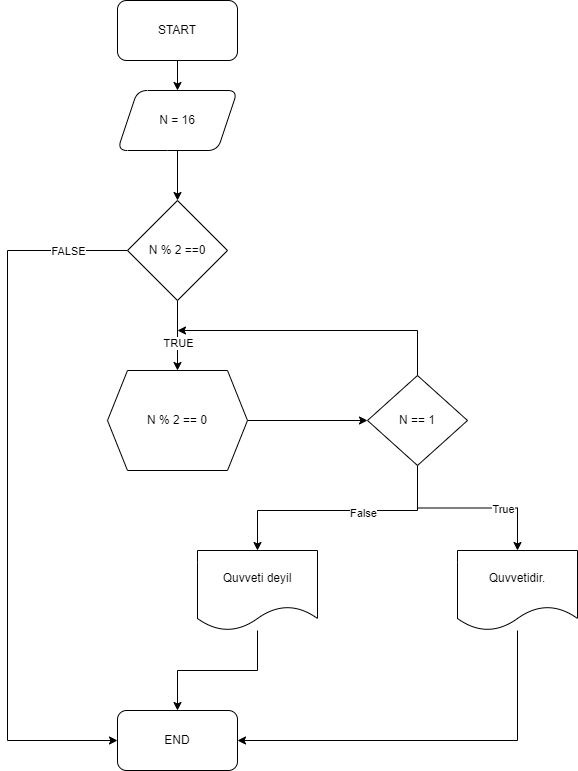
Before: task3.png, a diagram exported from draw.io (Kamran-Zeynalov/Algoritm). Source tidied: cells renumbered, new cells last; positions are measured from the earlier drawing's top-left corner, leaving out a move shared by most shapes.
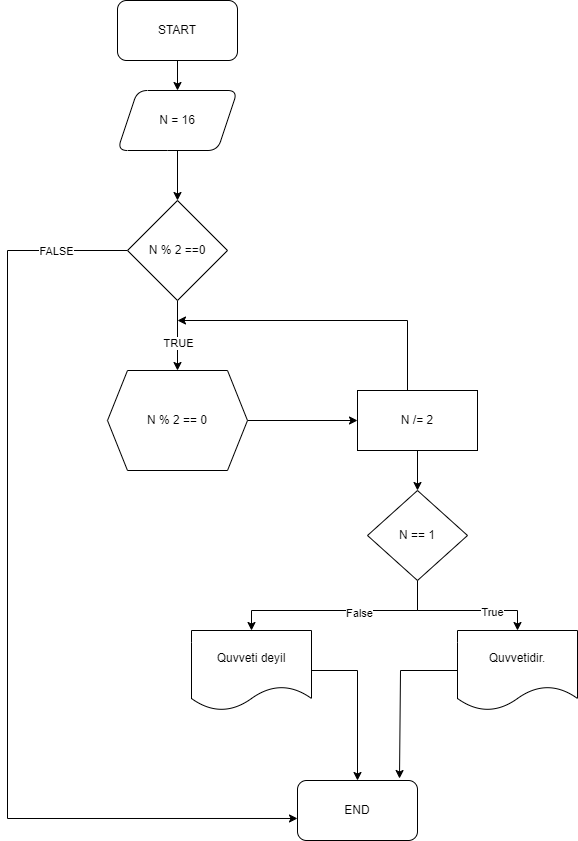
Later version of the same file.

Commit message:
algoritmada deyisiklik etdim

The edit, as a diff of the source:
```diff
@@ -20,11 +20,11 @@
     <mxCell id="7" value="TRUE" style="edgeLabel;html=1;align=center;verticalAlign=middle;" parent="6" vertex="1">
       <mxGeometry x="0.2" relative="1" as="geometry" />
     </mxCell>
-    <mxCell id="8" style="edgeStyle=orthogonalEdgeStyle;rounded=0;jettySize=auto;html=1;entryX=0;entryY=0.5;entryDx=0;entryDy=0;" parent="1" edge="1" source="10" target="23">
+    <mxCell id="8" style="edgeStyle=orthogonalEdgeStyle;rounded=0;jettySize=auto;html=1;entryX=0;entryY=0.633;entryDx=0;entryDy=0;entryPerimeter=0;" parent="1" edge="1" source="10" target="23">
       <mxGeometry relative="1" as="geometry">
         <Array as="points">
           <mxPoint y="250" />
-          <mxPoint y="740" />
+          <mxPoint y="818" />
         </Array>
       </mxGeometry>
     </mxCell>
@@ -36,22 +36,19 @@
     <mxCell id="10" value="N % 2 ==0" style="rhombus;whiteSpace=wrap;html=1;" parent="1" vertex="1">
       <mxGeometry x="120" y="200" width="100" height="100" as="geometry" />
     </mxCell>
-    <mxCell id="11" style="edgeStyle=orthogonalEdgeStyle;rounded=0;jettySize=auto;html=1;" parent="1" edge="1" source="12" target="18">
-      <mxGeometry relative="1" as="geometry" />
-    </mxCell>
+    <mxCell id="24" style="edgeStyle=orthogonalEdgeStyle;rounded=0;jettySize=auto;html=1;" parent="1" edge="1" source="12" target="27">
+      <mxGeometry relative="1" as="geometry" />
+    </mxCell>
     <mxCell id="12" value="N % 2 == 0" style="shape=hexagon;perimeter=hexagonPerimeter2;whiteSpace=wrap;html=1;fixedSize=1;" parent="1" vertex="1">
       <mxGeometry x="100" y="370" width="140" height="100" as="geometry" />
     </mxCell>
-    <mxCell id="13" style="edgeStyle=orthogonalEdgeStyle;rounded=0;jettySize=auto;html=1;" parent="1" edge="1" source="18">
-      <mxGeometry relative="1" as="geometry">
-        <mxPoint x="170" y="330" as="targetPoint" />
-        <Array as="points">
-          <mxPoint x="410" y="330" />
-        </Array>
-      </mxGeometry>
-    </mxCell>
     <mxCell id="14" style="edgeStyle=orthogonalEdgeStyle;rounded=0;jettySize=auto;html=1;" parent="1" edge="1" source="18" target="20">
-      <mxGeometry relative="1" as="geometry" />
+      <mxGeometry relative="1" as="geometry">
+        <Array as="points">
+          <mxPoint x="410" y="610" />
+          <mxPoint x="510" y="610" />
+        </Array>
+      </mxGeometry>
     </mxCell>
     <mxCell id="15" value="True" style="edgeLabel;html=1;align=center;verticalAlign=middle;" parent="14" vertex="1">
       <mxGeometry x="0.39" y="-1" relative="1" as="geometry" />
@@ -59,8 +56,8 @@
     <mxCell id="16" style="edgeStyle=orthogonalEdgeStyle;rounded=0;jettySize=auto;html=1;entryX=0.5;entryY=0;entryDx=0;entryDy=0;" parent="1" edge="1" source="18" target="22">
       <mxGeometry relative="1" as="geometry">
         <Array as="points">
-          <mxPoint x="410" y="510" />
-          <mxPoint x="250" y="510" />
+          <mxPoint x="410" y="610" />
+          <mxPoint x="244" y="610" />
         </Array>
       </mxGeometry>
     </mxCell>
@@ -68,26 +65,40 @@
       <mxGeometry x="-0.18" y="2" relative="1" as="geometry" />
     </mxCell>
     <mxCell id="18" value="N == 1" style="rhombus;whiteSpace=wrap;html=1;" parent="1" vertex="1">
-      <mxGeometry x="360" y="375" width="100" height="90" as="geometry" />
+      <mxGeometry x="360" y="490" width="100" height="90" as="geometry" />
     </mxCell>
-    <mxCell id="19" style="edgeStyle=orthogonalEdgeStyle;rounded=0;jettySize=auto;html=1;entryX=1;entryY=0.5;entryDx=0;entryDy=0;" parent="1" edge="1" source="20" target="23">
+    <mxCell id="19" style="edgeStyle=orthogonalEdgeStyle;rounded=0;jettySize=auto;html=1;entryX=0.85;entryY=-0.033;entryDx=0;entryDy=0;entryPerimeter=0;" parent="1" edge="1" source="20" target="23">
       <mxGeometry relative="1" as="geometry">
         <Array as="points">
-          <mxPoint x="510" y="740" />
+          <mxPoint x="393" y="670" />
         </Array>
       </mxGeometry>
     </mxCell>
     <mxCell id="20" value="Quvvetidir." style="shape=document;whiteSpace=wrap;html=1;boundedLbl=1;" parent="1" vertex="1">
-      <mxGeometry x="450" y="550" width="120" height="80" as="geometry" />
+      <mxGeometry x="450" y="630" width="120" height="80" as="geometry" />
     </mxCell>
-    <mxCell id="21" style="edgeStyle=orthogonalEdgeStyle;rounded=0;jettySize=auto;html=1;" parent="1" edge="1" source="22" target="23">
+    <mxCell id="21" style="edgeStyle=orthogonalEdgeStyle;rounded=0;jettySize=auto;html=1;entryX=0.5;entryY=0;entryDx=0;entryDy=0;exitX=1;exitY=0.5;exitDx=0;exitDy=0;" parent="1" edge="1" source="22" target="23">
       <mxGeometry relative="1" as="geometry" />
     </mxCell>
     <mxCell id="22" value="Quvveti deyil" style="shape=document;whiteSpace=wrap;html=1;boundedLbl=1;" parent="1" vertex="1">
-      <mxGeometry x="190" y="550" width="120" height="80" as="geometry" />
+      <mxGeometry x="184" y="630" width="120" height="80" as="geometry" />
     </mxCell>
     <mxCell id="23" value="END" style="rounded=1;whiteSpace=wrap;html=1;" parent="1" vertex="1">
-      <mxGeometry x="110" y="710" width="120" height="60" as="geometry" />
+      <mxGeometry x="290" y="780" width="120" height="60" as="geometry" />
     </mxCell>
+    <mxCell id="25" style="edgeStyle=orthogonalEdgeStyle;rounded=0;jettySize=auto;html=1;" parent="1" edge="1" source="27">
+      <mxGeometry relative="1" as="geometry">
+        <mxPoint x="170" y="320" as="targetPoint" />
+        <Array as="points">
+          <mxPoint x="400" y="320" />
+        </Array>
+      </mxGeometry>
+    </mxCell>
+    <mxCell id="26" style="edgeStyle=orthogonalEdgeStyle;rounded=0;jettySize=auto;html=1;" parent="1" edge="1" source="27" target="18">
+      <mxGeometry relative="1" as="geometry" />
+    </mxCell>
+    <mxCell id="27" value="N /= 2" style="rounded=0;whiteSpace=wrap;html=1;" parent="1" vertex="1">
+      <mxGeometry x="350" y="390" width="120" height="60" as="geometry" />
+    </mxCell>
   </root>
 </mxGraphModel>
```
